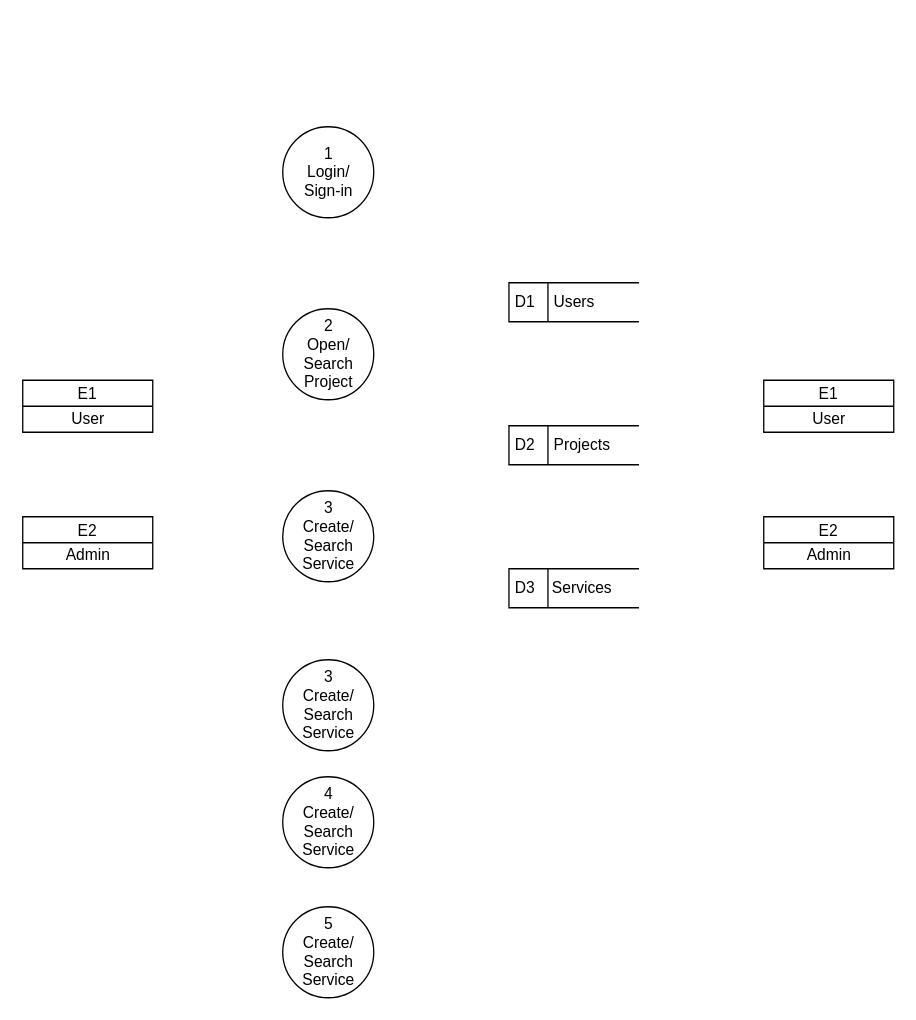
Above: page "DFD" (1 of 4) of SAD Sequence Diagrams.drawio in Itaybarbar/myProject (draw.io), before the change. Source tidied: cells renumbered, new cells numbered last; positions are measured from the earlier drawing's top-left corner, leaving out a move shared by most shapes. Both pictures are drawn from the tidied source at 130%, with x=0, y=0 at pixel (22, 126).
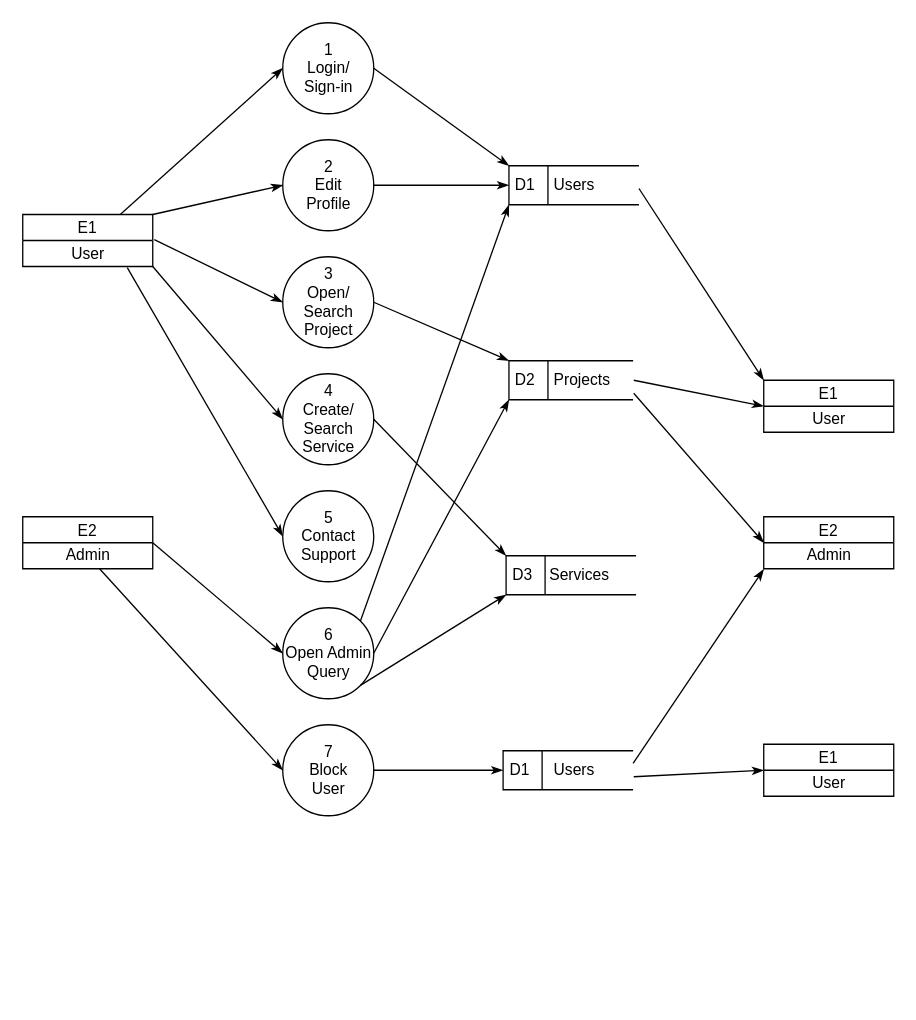
After the change.

Unchanged cells that the change refers to:
```xml
<mxCell id="6" value="User" style="text;html=1;align=center;verticalAlign=middle;points=[];strokeColor=none;fillColor=none;" parent="5" vertex="1">
  <mxGeometry y="20" width="100" height="20" as="geometry" />
</mxCell>
<mxCell id="7" value="E2" style="swimlane;fontStyle=0;horizontal=1;startSize=20;fillColor=#ffffff;swimlaneFillColor=#ffffff;" parent="1" vertex="1">
  <mxGeometry y="300" width="100" height="40" as="geometry" />
</mxCell>
<mxCell id="8" value="Admin" style="text;html=1;align=center;verticalAlign=middle;points=[];strokeColor=none;fillColor=none;" parent="7" vertex="1">
  <mxGeometry y="20" width="100" height="20" as="geometry" />
</mxCell>
<mxCell id="18" value="E1" style="swimlane;fontStyle=0;horizontal=1;startSize=20;fillColor=#ffffff;swimlaneFillColor=#ffffff;" parent="1" vertex="1">
  <mxGeometry x="570" y="195" width="100" height="40" as="geometry" />
</mxCell>
<mxCell id="20" value="E2" style="swimlane;fontStyle=0;horizontal=1;startSize=20;fillColor=#ffffff;swimlaneFillColor=#ffffff;" parent="1" vertex="1">
  <mxGeometry x="570" y="300" width="100" height="40" as="geometry" />
</mxCell>
<mxCell id="21" value="Admin" style="text;html=1;align=center;verticalAlign=middle;points=[];strokeColor=none;fillColor=none;" parent="20" vertex="1">
  <mxGeometry y="20" width="100" height="20" as="geometry" />
</mxCell>
```

The edit, as a diff of the source:
```diff
@@
     <mxCell id="2" value="D1" style="html=1;dashed=0;whitespace=wrap;shape=mxgraph.dfd.dataStoreID;align=left;spacingLeft=3;points=[[0,0],[0.5,0],[1,0],[0,0.5],[1,0.5],[0,1],[0.5,1],[1,1]];" parent="1" vertex="1">
-      <mxGeometry x="374" y="120" width="100" height="30" as="geometry" />
+      <mxGeometry x="374" y="30" width="100" height="30" as="geometry" />
     </mxCell>
     <mxCell id="3" value="D2" style="html=1;dashed=0;whitespace=wrap;shape=mxgraph.dfd.dataStoreID;align=left;spacingLeft=3;points=[[0,0],[0.5,0],[1,0],[0,0.5],[1,0.5],[0,1],[0.5,1],[1,1]];" parent="1" vertex="1">
-      <mxGeometry x="374" y="230" width="100" height="30" as="geometry" />
+      <mxGeometry x="374" y="180" width="95.5" height="30" as="geometry" />
     </mxCell>
     <mxCell id="4" value="D3" style="html=1;dashed=0;whitespace=wrap;shape=mxgraph.dfd.dataStoreID;align=left;spacingLeft=3;points=[[0,0],[0.5,0],[1,0],[0,0.5],[1,0.5],[0,1],[0.5,1],[1,1]];" parent="1" vertex="1">
-      <mxGeometry x="374" y="340" width="100" height="30" as="geometry" />
+      <mxGeometry x="371.8" y="330" width="100" height="30" as="geometry" />
     </mxCell>
     <mxCell id="5" value="E1" style="swimlane;fontStyle=0;horizontal=1;startSize=20;fillColor=#ffffff;swimlaneFillColor=#ffffff;" parent="1" vertex="1">
-      <mxGeometry y="195" width="100" height="40" as="geometry" />
+      <mxGeometry y="67.5" width="100" height="40" as="geometry" />
     </mxCell>
@@
     <mxCell id="9" value="1&lt;br&gt;Login/&lt;br&gt;Sign-in" style="shape=ellipse;html=1;dashed=0;whitespace=wrap;perimeter=ellipsePerimeter;" parent="1" vertex="1">
-      <mxGeometry x="200" width="70" height="70" as="geometry" />
+      <mxGeometry x="200" y="-80" width="70" height="70" as="geometry" />
     </mxCell>
     <mxCell id="10" value="Users" style="text;html=1;align=center;verticalAlign=middle;strokeColor=none;fillColor=none;" parent="1" vertex="1">
-      <mxGeometry x="399" y="125" width="50" height="20" as="geometry" />
+      <mxGeometry x="399" y="35" width="50" height="20" as="geometry" />
     </mxCell>
     <mxCell id="11" value="Projects" style="text;html=1;align=center;verticalAlign=middle;strokeColor=none;fillColor=none;" parent="1" vertex="1">
-      <mxGeometry x="400" y="235" width="60" height="20" as="geometry" />
+      <mxGeometry x="400" y="185" width="60" height="20" as="geometry" />
     </mxCell>
     <mxCell id="12" value="Services" style="text;html=1;align=center;verticalAlign=middle;strokeColor=none;fillColor=none;" parent="1" vertex="1">
-      <mxGeometry x="400" y="345" width="60" height="20" as="geometry" />
+      <mxGeometry x="397.8" y="335" width="60" height="20" as="geometry" />
     </mxCell>
-    <mxCell id="13" value="2&lt;br&gt;Open/&lt;br&gt;Search&lt;br&gt;Project" style="shape=ellipse;html=1;dashed=0;whitespace=wrap;perimeter=ellipsePerimeter;" parent="1" vertex="1">
-      <mxGeometry x="200" y="140" width="70" height="70" as="geometry" />
+    <mxCell id="13" value="3&lt;br&gt;Open/&lt;br&gt;Search&lt;br&gt;Project" style="shape=ellipse;html=1;dashed=0;whitespace=wrap;perimeter=ellipsePerimeter;" parent="1" vertex="1">
+      <mxGeometry x="200" y="100" width="70" height="70" as="geometry" />
     </mxCell>
-    <mxCell id="14" value="3&lt;br&gt;Create/&lt;br&gt;Search&lt;br&gt;Service" style="shape=ellipse;html=1;dashed=0;whitespace=wrap;perimeter=ellipsePerimeter;" parent="1" vertex="1">
-      <mxGeometry x="200" y="280" width="70" height="70" as="geometry" />
+    <mxCell id="14" value="4&lt;br&gt;Create/&lt;br&gt;Search&lt;br&gt;Service" style="shape=ellipse;html=1;dashed=0;whitespace=wrap;perimeter=ellipsePerimeter;" parent="1" vertex="1">
+      <mxGeometry x="200" y="190" width="70" height="70" as="geometry" />
     </mxCell>
-    <mxCell id="15" value="3&lt;br&gt;Create/&lt;br&gt;Search&lt;br&gt;Service" style="shape=ellipse;html=1;dashed=0;whitespace=wrap;perimeter=ellipsePerimeter;" parent="1" vertex="1">
-      <mxGeometry x="200" y="410" width="70" height="70" as="geometry" />
+    <mxCell id="15" value="5&lt;br&gt;Contact &lt;br&gt;Support" style="shape=ellipse;html=1;dashed=0;whitespace=wrap;perimeter=ellipsePerimeter;" parent="1" vertex="1">
+      <mxGeometry x="200" y="280" width="70" height="70" as="geometry" />
     </mxCell>
-    <mxCell id="16" value="4&lt;br&gt;Create/&lt;br&gt;Search&lt;br&gt;Service" style="shape=ellipse;html=1;dashed=0;whitespace=wrap;perimeter=ellipsePerimeter;" parent="1" vertex="1">
-      <mxGeometry x="200" y="500" width="70" height="70" as="geometry" />
+    <mxCell id="16" value="6&lt;br&gt;Open Admin &lt;br&gt;Query" style="shape=ellipse;html=1;dashed=0;whitespace=wrap;perimeter=ellipsePerimeter;" parent="1" vertex="1">
+      <mxGeometry x="200" y="370" width="70" height="70" as="geometry" />
     </mxCell>
-    <mxCell id="17" value="5&lt;br&gt;Create/&lt;br&gt;Search&lt;br&gt;Service" style="shape=ellipse;html=1;dashed=0;whitespace=wrap;perimeter=ellipsePerimeter;" parent="1" vertex="1">
-      <mxGeometry x="200" y="600" width="70" height="70" as="geometry" />
+    <mxCell id="17" value="7&lt;br&gt;Block &lt;br&gt;User" style="shape=ellipse;html=1;dashed=0;whitespace=wrap;perimeter=ellipsePerimeter;" parent="1" vertex="1">
+      <mxGeometry x="200" y="460" width="70" height="70" as="geometry" />
     </mxCell>
@@
+    <mxCell id="22" value="2&lt;br&gt;Edit &lt;br&gt;Profile" style="shape=ellipse;html=1;dashed=0;whitespace=wrap;perimeter=ellipsePerimeter;" parent="1" vertex="1">
+      <mxGeometry x="200" y="10" width="70" height="70" as="geometry" />
+    </mxCell>
+    <mxCell id="23" style="endArrow=classicThin;html=1;rounded=0;labelBackgroundColor=none;endSize=6;endFill=1;jumpSize=6;exitX=0.75;exitY=0;exitDx=0;exitDy=0;entryX=0;entryY=0.5;entryDx=0;entryDy=0;" parent="1" edge="1" source="5" target="9">
+      <mxGeometry relative="1" as="geometry" />
+    </mxCell>
+    <mxCell id="24" style="endArrow=classicThin;html=1;rounded=0;labelBackgroundColor=none;endSize=6;endFill=1;jumpSize=6;entryX=0;entryY=0.5;entryDx=0;entryDy=0;exitX=1;exitY=0;exitDx=0;exitDy=0;" parent="1" edge="1" source="5" target="22">
+      <mxGeometry relative="1" as="geometry" />
+    </mxCell>
+    <mxCell id="25" style="endArrow=classicThin;html=1;rounded=0;labelBackgroundColor=none;endSize=6;endFill=1;jumpSize=6;entryX=0;entryY=0.5;entryDx=0;entryDy=0;exitX=1.012;exitY=-0.035;exitDx=0;exitDy=0;exitPerimeter=0;" parent="1" edge="1" source="6" target="13">
+      <mxGeometry relative="1" as="geometry" />
+    </mxCell>
+    <mxCell id="26" style="endArrow=classicThin;html=1;rounded=0;labelBackgroundColor=none;endSize=6;endFill=1;jumpSize=6;entryX=0;entryY=0.5;entryDx=0;entryDy=0;exitX=1;exitY=1;exitDx=0;exitDy=0;" parent="1" edge="1" source="5" target="14">
+      <mxGeometry relative="1" as="geometry" />
+    </mxCell>
+    <mxCell id="27" style="endArrow=classicThin;html=1;rounded=0;labelBackgroundColor=none;endSize=6;endFill=1;jumpSize=6;entryX=0;entryY=0.5;entryDx=0;entryDy=0;exitX=0.804;exitY=1.045;exitDx=0;exitDy=0;exitPerimeter=0;" parent="1" edge="1" source="6" target="15">
+      <mxGeometry relative="1" as="geometry" />
+    </mxCell>
+    <mxCell id="28" style="endArrow=classicThin;html=1;rounded=0;labelBackgroundColor=none;endSize=6;endFill=1;jumpSize=6;entryX=0;entryY=0.5;entryDx=0;entryDy=0;exitX=1;exitY=0.5;exitDx=0;exitDy=0;" parent="1" edge="1" source="7" target="16">
+      <mxGeometry relative="1" as="geometry" />
+    </mxCell>
+    <mxCell id="29" style="endArrow=classicThin;html=1;rounded=0;labelBackgroundColor=none;endSize=6;endFill=1;jumpSize=6;entryX=0;entryY=0.5;entryDx=0;entryDy=0;" parent="1" edge="1" source="8" target="17">
+      <mxGeometry relative="1" as="geometry" />
+    </mxCell>
+    <mxCell id="30" style="endArrow=classicThin;html=1;rounded=0;labelBackgroundColor=none;endSize=6;endFill=1;jumpSize=6;exitX=1;exitY=0.5;exitDx=0;exitDy=0;entryX=0;entryY=0;entryDx=0;entryDy=0;" parent="1" edge="1" source="9" target="2">
+      <mxGeometry relative="1" as="geometry" />
+    </mxCell>
+    <mxCell id="31" style="endArrow=classicThin;html=1;rounded=0;labelBackgroundColor=none;endSize=6;endFill=1;jumpSize=6;exitX=1;exitY=0.5;exitDx=0;exitDy=0;entryX=0;entryY=0.5;entryDx=0;entryDy=0;" parent="1" edge="1" source="22" target="2">
+      <mxGeometry relative="1" as="geometry" />
+    </mxCell>
+    <mxCell id="32" style="endArrow=classicThin;html=1;rounded=0;labelBackgroundColor=none;endSize=6;endFill=1;jumpSize=6;exitX=1;exitY=0.5;exitDx=0;exitDy=0;entryX=0;entryY=0;entryDx=0;entryDy=0;" parent="1" edge="1" source="13" target="3">
+      <mxGeometry relative="1" as="geometry" />
+    </mxCell>
+    <mxCell id="33" style="endArrow=classicThin;html=1;rounded=0;labelBackgroundColor=none;endSize=6;endFill=1;jumpSize=6;exitX=1;exitY=0.5;exitDx=0;exitDy=0;entryX=0;entryY=0;entryDx=0;entryDy=0;" parent="1" edge="1" source="14" target="4">
+      <mxGeometry relative="1" as="geometry" />
+    </mxCell>
+    <mxCell id="34" value="E1" style="swimlane;fontStyle=0;horizontal=1;startSize=20;fillColor=#ffffff;swimlaneFillColor=#ffffff;" parent="1" vertex="1">
+      <mxGeometry x="570" y="475" width="100" height="40" as="geometry" />
+    </mxCell>
+    <mxCell id="35" value="User" style="text;html=1;align=center;verticalAlign=middle;strokeColor=none;fillColor=none;" parent="34" vertex="1">
+      <mxGeometry y="20" width="100" height="20" as="geometry" />
+    </mxCell>
+    <mxCell id="36" value="D1" style="html=1;dashed=0;whitespace=wrap;shape=mxgraph.dfd.dataStoreID;align=left;spacingLeft=3;points=[[0,0],[0.5,0],[1,0],[0,0.5],[1,0.5],[0,1],[0.5,1],[1,1]];" parent="1" vertex="1">
+      <mxGeometry x="369.5" y="480" width="100" height="30" as="geometry" />
+    </mxCell>
+    <mxCell id="37" value="Users" style="text;html=1;align=center;verticalAlign=middle;strokeColor=none;fillColor=none;" parent="1" vertex="1">
+      <mxGeometry x="399" y="485" width="50" height="20" as="geometry" />
+    </mxCell>
+    <mxCell id="38" style="endArrow=classicThin;html=1;rounded=0;labelBackgroundColor=none;endSize=6;endFill=1;jumpSize=6;entryX=0;entryY=0.5;entryDx=0;entryDy=0;exitX=1;exitY=0.5;exitDx=0;exitDy=0;" parent="1" edge="1" source="17" target="36">
+      <mxGeometry relative="1" as="geometry" />
+    </mxCell>
+    <mxCell id="39" style="endArrow=classicThin;html=1;rounded=0;labelBackgroundColor=none;endSize=6;endFill=1;jumpSize=6;entryX=0;entryY=0.5;entryDx=0;entryDy=0;" parent="1" edge="1" target="34">
+      <mxGeometry relative="1" as="geometry">
+        <mxPoint x="470" y="500" as="sourcePoint" />
+      </mxGeometry>
+    </mxCell>
+    <mxCell id="40" style="endArrow=classicThin;html=1;rounded=0;labelBackgroundColor=none;endSize=6;endFill=1;jumpSize=6;entryX=0;entryY=1;entryDx=0;entryDy=0;exitX=1;exitY=1;exitDx=0;exitDy=0;" parent="1" edge="1" source="16" target="4">
+      <mxGeometry relative="1" as="geometry" />
+    </mxCell>
+    <mxCell id="41" style="endArrow=classicThin;html=1;rounded=0;labelBackgroundColor=none;endSize=6;endFill=1;jumpSize=6;entryX=0;entryY=1;entryDx=0;entryDy=0;exitX=1;exitY=0.5;exitDx=0;exitDy=0;" parent="1" edge="1" source="16" target="3">
+      <mxGeometry relative="1" as="geometry" />
+    </mxCell>
+    <mxCell id="42" style="endArrow=classicThin;html=1;rounded=0;labelBackgroundColor=none;endSize=6;endFill=1;jumpSize=6;entryX=0;entryY=1;entryDx=0;entryDy=0;exitX=1;exitY=0;exitDx=0;exitDy=0;" parent="1" edge="1" source="16" target="2">
+      <mxGeometry relative="1" as="geometry" />
+    </mxCell>
+    <mxCell id="43" style="endArrow=classicThin;html=1;rounded=0;labelBackgroundColor=none;endSize=6;endFill=1;jumpSize=6;entryX=0;entryY=0.5;entryDx=0;entryDy=0;" parent="1" edge="1" target="18">
+      <mxGeometry relative="1" as="geometry">
+        <mxPoint x="470" y="195" as="sourcePoint" />
+      </mxGeometry>
+    </mxCell>
+    <mxCell id="44" style="endArrow=classicThin;html=1;rounded=0;labelBackgroundColor=none;endSize=6;endFill=1;jumpSize=6;entryX=0;entryY=0.5;entryDx=0;entryDy=0;" parent="1" edge="1" target="20">
+      <mxGeometry relative="1" as="geometry">
+        <mxPoint x="470" y="205" as="sourcePoint" />
+      </mxGeometry>
+    </mxCell>
+    <mxCell id="45" style="endArrow=classicThin;html=1;rounded=0;labelBackgroundColor=none;endSize=6;endFill=1;jumpSize=6;entryX=0;entryY=0;entryDx=0;entryDy=0;" parent="1" edge="1" target="18">
+      <mxGeometry relative="1" as="geometry">
+        <mxPoint x="474" y="47.5" as="sourcePoint" />
+      </mxGeometry>
+    </mxCell>
+    <mxCell id="46" style="endArrow=classicThin;html=1;rounded=0;labelBackgroundColor=none;endSize=6;endFill=1;jumpSize=6;entryX=0;entryY=1.02;entryDx=0;entryDy=0;exitX=1;exitY=1;exitDx=0;exitDy=0;entryPerimeter=0;" parent="1" edge="1" target="21">
+      <mxGeometry relative="1" as="geometry">
+        <mxPoint x="469.5" y="489.7" as="sourcePoint" />
+      </mxGeometry>
+    </mxCell>
```
